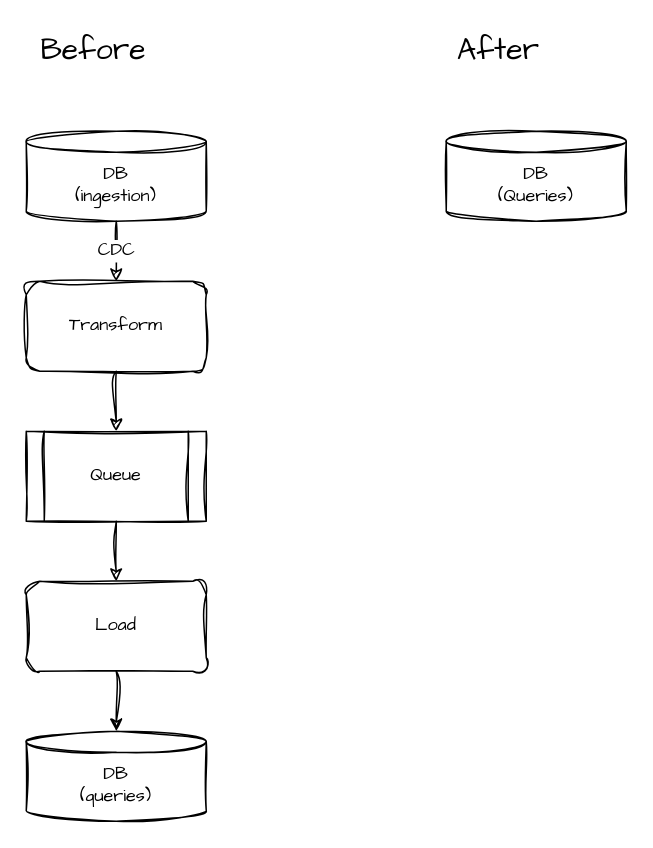
codingconcepts/architecture-simplification keeps this draw.io diagram as 002_hyper_specialized_dbs/data_fragmentation/diagram.drawio. Above is the earlier version. Source tidied: cells renumbered, new cells numbered last; positions are measured from the earlier drawing's top-left corner, leaving out a move shared by most shapes. Both pictures are drawn from the tidied source at 150%, with x=0, y=0 at pixel (26, 26).
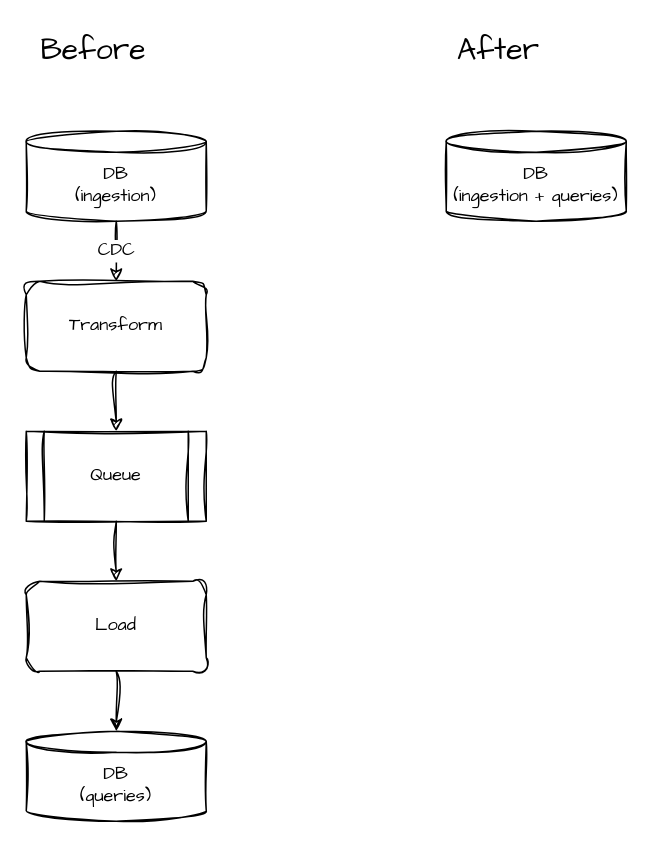
After the change.

The edit, as a diff of the source:
```diff
@@
 <mxGraphModel>
   <root>
     <mxCell id="0" />
     <mxCell id="1" parent="0" />
     <mxCell id="2" value="Before" style="text;html=1;strokeColor=none;fillColor=none;align=center;verticalAlign=middle;whiteSpace=wrap;rounded=0;sketch=1;fontFamily=Architects Daughter;fontSize=20;" parent="1" vertex="1">
       <mxGeometry width="90" height="30" as="geometry" />
     </mxCell>
     <mxCell id="3" value="CDC" style="edgeStyle=none;sketch=1;hachureGap=4;jiggle=2;curveFitting=1;html=1;fontFamily=Architects Daughter;fontSize=12;" parent="1" edge="1" source="4" target="6">
       <mxGeometry relative="1" as="geometry" />
     </mxCell>
     <mxCell id="4" value="DB&lt;br&gt;(ingestion)" style="shape=cylinder3;whiteSpace=wrap;html=1;boundedLbl=1;backgroundOutline=1;size=7;sketch=1;fontFamily=Architects Daughter;fillColor=none;" parent="1" vertex="1">
       <mxGeometry y="70" width="120" height="60" as="geometry" />
     </mxCell>
     <mxCell id="5" style="edgeStyle=none;sketch=1;hachureGap=4;jiggle=2;curveFitting=1;html=1;fontFamily=Architects Daughter;fontSize=12;" parent="1" edge="1" source="6" target="8">
       <mxGeometry relative="1" as="geometry" />
     </mxCell>
     <mxCell id="6" value="Transform" style="rounded=1;whiteSpace=wrap;html=1;sketch=1;hachureGap=4;jiggle=2;curveFitting=1;fontFamily=Architects Daughter;fontSize=12;fillColor=none;" parent="1" vertex="1">
       <mxGeometry y="170" width="120" height="60" as="geometry" />
     </mxCell>
     <mxCell id="7" style="edgeStyle=orthogonalEdgeStyle;sketch=1;hachureGap=4;jiggle=2;curveFitting=1;html=1;entryX=0.5;entryY=0;entryDx=0;entryDy=0;fontFamily=Architects Daughter;fontSize=12;" parent="1" edge="1" source="8" target="11">
       <mxGeometry relative="1" as="geometry" />
     </mxCell>
     <mxCell id="8" value="Queue" style="shape=process;whiteSpace=wrap;html=1;backgroundOutline=1;sketch=1;hachureGap=4;jiggle=2;curveFitting=1;fontFamily=Architects Daughter;fontSize=12;fillColor=none;" parent="1" vertex="1">
       <mxGeometry y="270" width="120" height="60" as="geometry" />
     </mxCell>
     <mxCell id="9" value="DB&lt;br&gt;(queries)" style="shape=cylinder3;whiteSpace=wrap;html=1;boundedLbl=1;backgroundOutline=1;size=7;sketch=1;fontFamily=Architects Daughter;fillColor=none;" parent="1" vertex="1">
       <mxGeometry y="470" width="120" height="60" as="geometry" />
     </mxCell>
     <mxCell id="10" style="edgeStyle=orthogonalEdgeStyle;sketch=1;hachureGap=4;jiggle=2;curveFitting=1;html=1;fontFamily=Architects Daughter;fontSize=12;" parent="1" edge="1" source="11" target="9">
       <mxGeometry relative="1" as="geometry" />
     </mxCell>
     <mxCell id="11" value="Load" style="rounded=1;whiteSpace=wrap;html=1;sketch=1;hachureGap=4;jiggle=2;curveFitting=1;fontFamily=Architects Daughter;fontSize=12;fillColor=none;" parent="1" vertex="1">
       <mxGeometry y="370" width="120" height="60" as="geometry" />
     </mxCell>
     <mxCell id="12" value="After" style="text;html=1;strokeColor=none;fillColor=none;align=center;verticalAlign=middle;whiteSpace=wrap;rounded=0;sketch=1;fontFamily=Architects Daughter;fontSize=20;" parent="1" vertex="1">
       <mxGeometry x="280" width="70" height="30" as="geometry" />
     </mxCell>
-    <mxCell id="13" value="DB&lt;br&gt;(Queries)" style="shape=cylinder3;whiteSpace=wrap;html=1;boundedLbl=1;backgroundOutline=1;size=7;sketch=1;fontFamily=Architects Daughter;fillColor=none;" parent="1" vertex="1">
+    <mxCell id="13" value="DB&lt;br&gt;(ingestion + queries)" style="shape=cylinder3;whiteSpace=wrap;html=1;boundedLbl=1;backgroundOutline=1;size=7;sketch=1;fontFamily=Architects Daughter;fillColor=none;" parent="1" vertex="1">
       <mxGeometry x="280" y="70" width="120" height="60" as="geometry" />
     </mxCell>
   </root>
 </mxGraphModel>
```
